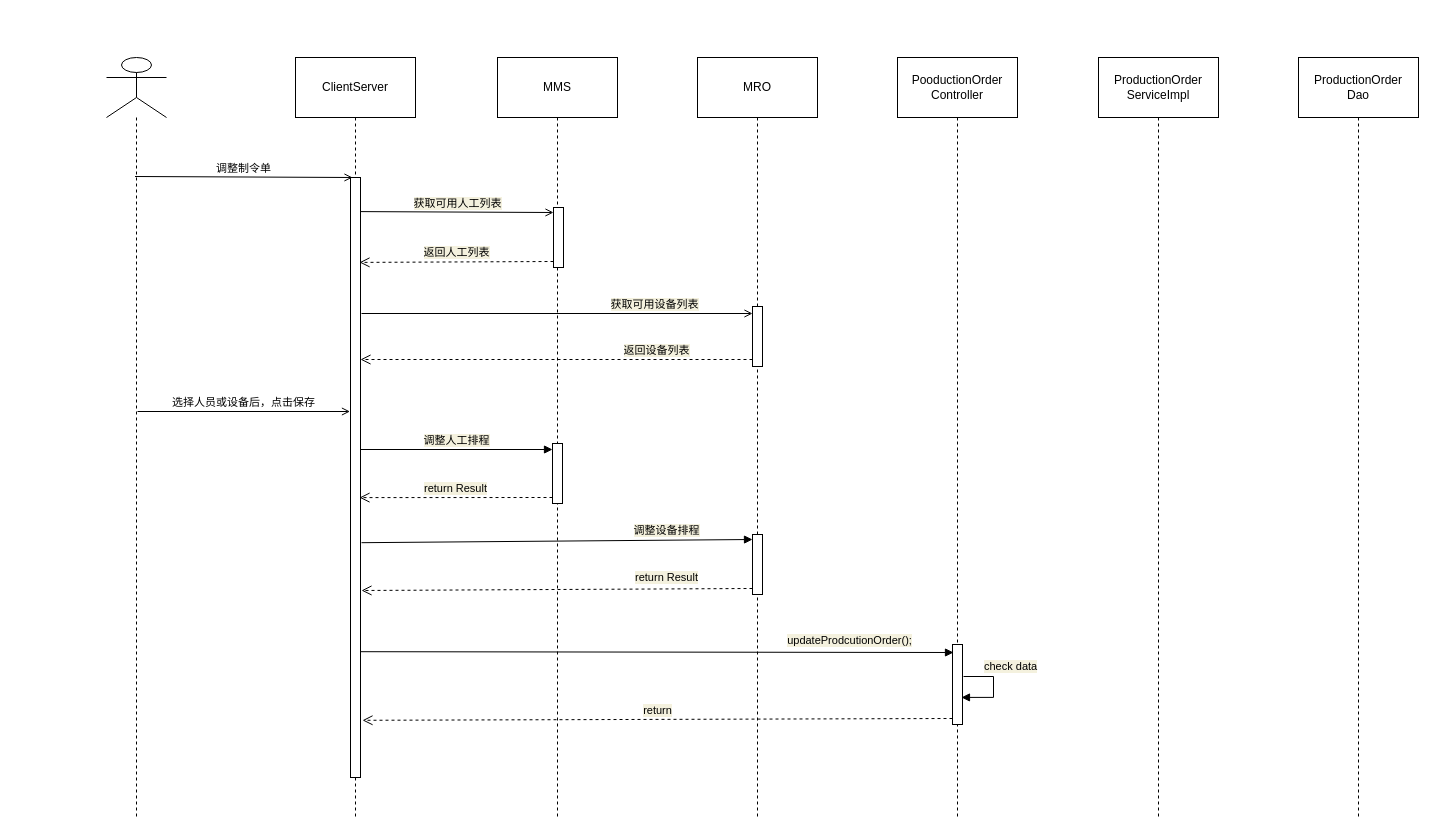
Earlier version of the draw.io diagram page "设备人员调整" (3 of 4) of 时序图.drawio (KNAI-I/test). Source tidied: cells renumbered, new cells numbered last; positions are measured from the earlier drawing's top-left corner, leaving out a move shared by most shapes. Both pictures are drawn from the tidied source at 100%, with x=0, y=0 at pixel (106, 57).
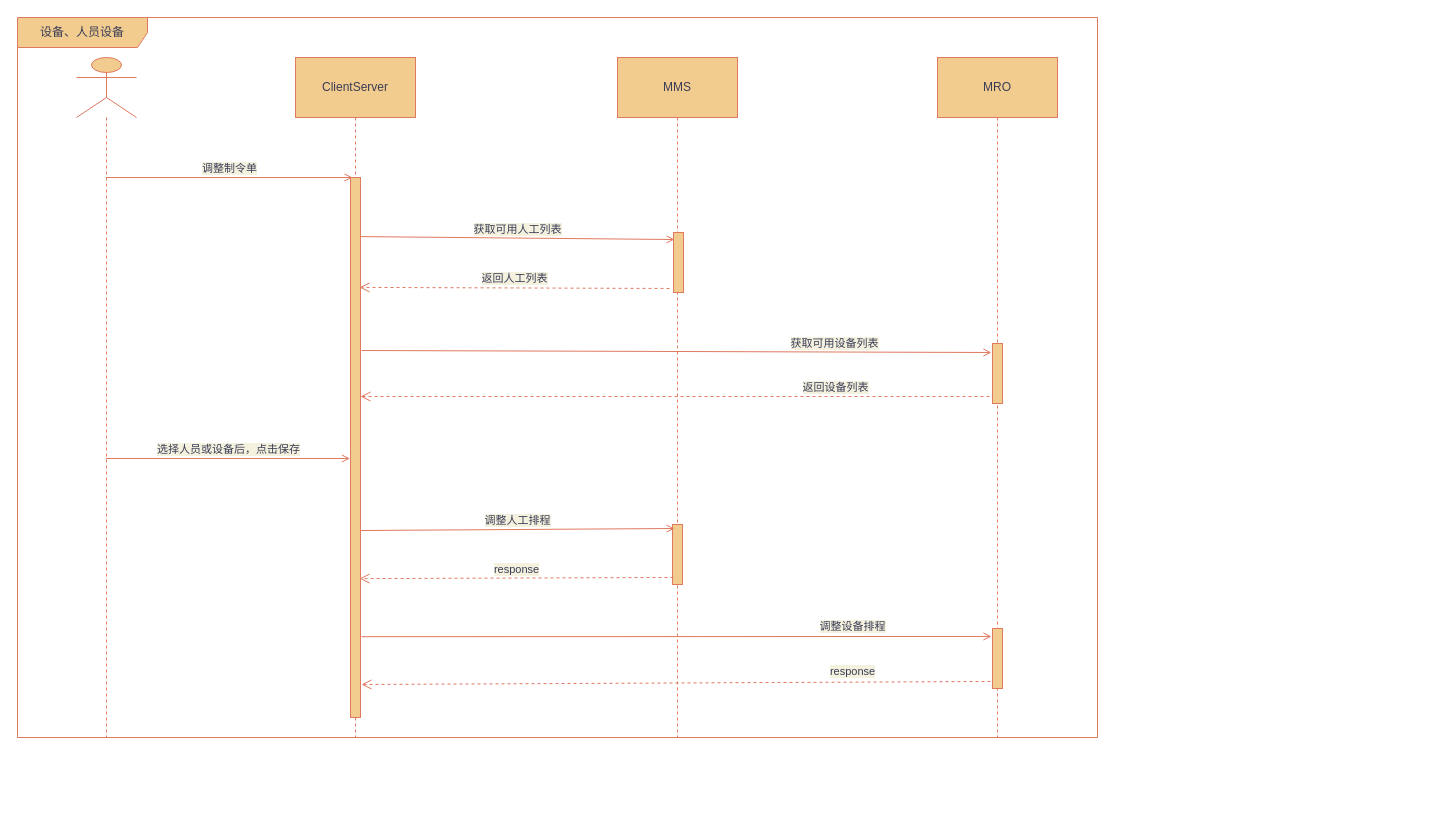
After the change.

Commit message (it also covers changes not shown here):
更新时序图.drawio

Change to the diagram source:
```diff
@@
-    <mxCell id="2" style="shape=umlLifeline;participant=umlActor;perimeter=lifelinePerimeter;whiteSpace=wrap;html=1;verticalAlign=top;spacingTop=36;outlineConnect=0;size=60;" parent="1" vertex="1">
-      <mxGeometry width="60" height="760" as="geometry" />
+    <mxCell id="2" style="shape=umlLifeline;participant=umlActor;perimeter=lifelinePerimeter;whiteSpace=wrap;html=1;verticalAlign=top;spacingTop=36;outlineConnect=0;size=60;fillColor=#F2CC8F;strokeColor=#E07A5F;fontColor=#393C56;" parent="1" vertex="1">
+      <mxGeometry x="-30" width="60" height="680" as="geometry" />
     </mxCell>
-    <mxCell id="3" value="ClientServer" style="shape=umlLifeline;perimeter=lifelinePerimeter;whiteSpace=wrap;html=1;size=60;" parent="1" vertex="1">
-      <mxGeometry x="189" width="120" height="760" as="geometry" />
+    <mxCell id="3" value="ClientServer" style="shape=umlLifeline;perimeter=lifelinePerimeter;whiteSpace=wrap;html=1;size=60;fillColor=#F2CC8F;strokeColor=#E07A5F;fontColor=#393C56;" parent="1" vertex="1">
+      <mxGeometry x="189" width="120" height="680" as="geometry" />
     </mxCell>
-    <mxCell id="4" style="html=1;perimeter=orthogonalPerimeter;" parent="3" vertex="1">
-      <mxGeometry x="55" y="120" width="10" height="600" as="geometry" />
+    <mxCell id="4" style="html=1;perimeter=orthogonalPerimeter;fillColor=#F2CC8F;strokeColor=#E07A5F;fontColor=#393C56;" parent="3" vertex="1">
+      <mxGeometry x="55" y="120" width="10" height="540" as="geometry" />
     </mxCell>
-    <mxCell id="5" value="ProductionOrder&lt;br&gt;ServiceImpl" style="shape=umlLifeline;perimeter=lifelinePerimeter;whiteSpace=wrap;html=1;size=60;" parent="1" vertex="1">
-      <mxGeometry x="992" width="120" height="760" as="geometry" />
-    </mxCell>
-    <mxCell id="6" value="PooductionOrder&lt;br&gt;Controller" style="shape=umlLifeline;perimeter=lifelinePerimeter;whiteSpace=wrap;html=1;outlineConnect=0;size=60;" parent="1" vertex="1">
-      <mxGeometry x="791" width="120" height="760" as="geometry" />
-    </mxCell>
-    <mxCell id="7" style="html=1;perimeter=orthogonalPerimeter;" parent="6" vertex="1">
-      <mxGeometry x="55" y="587" width="10" height="80" as="geometry" />
-    </mxCell>
-    <mxCell id="8" value="check data" style="edgeStyle=orthogonalEdgeStyle;html=1;align=left;spacingLeft=2;endArrow=block;rounded=0;entryX=0.533;entryY=0.842;labelBackgroundColor=#F4F1DE;entryDx=0;entryDy=0;entryPerimeter=0;" parent="6" edge="1" target="6">
-      <mxGeometry x="-0.59" y="10" relative="1" as="geometry">
-        <mxPoint x="66" y="619" as="sourcePoint" />
-        <Array as="points">
-          <mxPoint x="96" y="619" />
-          <mxPoint x="96" y="640" />
-        </Array>
-      </mxGeometry>
-    </mxCell>
-    <mxCell id="9" value="调整制令单" style="html=1;verticalAlign=bottom;endArrow=open;rounded=0;entryX=0.2;entryY=0.002;entryDx=0;entryDy=0;entryPerimeter=0;endFill=0;" parent="1" edge="1">
+    <mxCell id="9" value="调整制令单" style="html=1;verticalAlign=bottom;endArrow=open;rounded=0;entryX=0.2;entryY=0.002;entryDx=0;entryDy=0;entryPerimeter=0;endFill=0;labelBackgroundColor=#F4F1DE;strokeColor=#E07A5F;fontColor=#393C56;" parent="1" edge="1" source="2">
       <mxGeometry relative="1" as="geometry">
-        <mxPoint x="28.5" y="119" as="sourcePoint" />
         <mxPoint x="246" y="120" as="targetPoint" />
       </mxGeometry>
     </mxCell>
-    <mxCell id="10" value="ProductionOrder&lt;br&gt;Dao" style="shape=umlLifeline;perimeter=lifelinePerimeter;whiteSpace=wrap;html=1;size=60;" parent="1" vertex="1">
-      <mxGeometry x="1192" width="120" height="760" as="geometry" />
-    </mxCell>
-    <mxCell id="11" value="MMS" style="shape=umlLifeline;perimeter=lifelinePerimeter;whiteSpace=wrap;html=1;size=60;" parent="1" vertex="1">
-      <mxGeometry x="391" width="120" height="760" as="geometry" />
+    <mxCell id="11" value="MMS" style="shape=umlLifeline;perimeter=lifelinePerimeter;whiteSpace=wrap;html=1;size=60;fillColor=#F2CC8F;strokeColor=#E07A5F;fontColor=#393C56;" parent="1" vertex="1">
+      <mxGeometry x="511" width="120" height="680" as="geometry" />
     </mxCell>
-    <mxCell id="12" style="html=1;points=[];perimeter=orthogonalPerimeter;" parent="11" vertex="1">
-      <mxGeometry x="56" y="150" width="10" height="60" as="geometry" />
+    <mxCell id="12" style="html=1;points=[];perimeter=orthogonalPerimeter;fillColor=#F2CC8F;strokeColor=#E07A5F;fontColor=#393C56;" parent="11" vertex="1">
+      <mxGeometry x="56" y="175" width="10" height="60" as="geometry" />
     </mxCell>
-    <mxCell id="13" style="html=1;points=[];perimeter=orthogonalPerimeter;" parent="11" vertex="1">
-      <mxGeometry x="55" y="386" width="10" height="60" as="geometry" />
+    <mxCell id="13" style="html=1;points=[];perimeter=orthogonalPerimeter;fillColor=#F2CC8F;strokeColor=#E07A5F;fontColor=#393C56;" parent="11" vertex="1">
+      <mxGeometry x="55" y="467" width="10" height="60" as="geometry" />
     </mxCell>
-    <mxCell id="14" value="MRO" style="shape=umlLifeline;perimeter=lifelinePerimeter;whiteSpace=wrap;html=1;size=60;" parent="1" vertex="1">
-      <mxGeometry x="591" width="120" height="760" as="geometry" />
+    <mxCell id="14" value="MRO" style="shape=umlLifeline;perimeter=lifelinePerimeter;whiteSpace=wrap;html=1;size=60;fillColor=#F2CC8F;strokeColor=#E07A5F;fontColor=#393C56;" parent="1" vertex="1">
+      <mxGeometry x="831" width="120" height="680" as="geometry" />
     </mxCell>
-    <mxCell id="15" style="html=1;points=[];perimeter=orthogonalPerimeter;" parent="14" vertex="1">
-      <mxGeometry x="55" y="249" width="10" height="60" as="geometry" />
+    <mxCell id="15" style="html=1;points=[];perimeter=orthogonalPerimeter;fillColor=#F2CC8F;strokeColor=#E07A5F;fontColor=#393C56;" parent="14" vertex="1">
+      <mxGeometry x="55" y="286" width="10" height="60" as="geometry" />
     </mxCell>
-    <mxCell id="16" style="html=1;points=[];perimeter=orthogonalPerimeter;" parent="14" vertex="1">
-      <mxGeometry x="55" y="477" width="10" height="60" as="geometry" />
+    <mxCell id="16" style="html=1;points=[];perimeter=orthogonalPerimeter;fillColor=#F2CC8F;strokeColor=#E07A5F;fontColor=#393C56;" parent="14" vertex="1">
+      <mxGeometry x="55" y="571" width="10" height="60" as="geometry" />
     </mxCell>
-    <mxCell id="17" value="获取可用人工列表" style="html=1;verticalAlign=bottom;endArrow=open;entryX=0;entryY=0;rounded=0;labelBackgroundColor=#F4F1DE;exitX=1;exitY=0.056;exitDx=0;exitDy=0;exitPerimeter=0;endFill=0;" parent="1" edge="1">
+    <mxCell id="17" value="获取可用人工列表" style="html=1;verticalAlign=bottom;endArrow=open;entryX=0.1;entryY=0.117;rounded=0;labelBackgroundColor=#F4F1DE;exitX=1;exitY=0.056;exitDx=0;exitDy=0;exitPerimeter=0;endFill=0;entryDx=0;entryDy=0;entryPerimeter=0;strokeColor=#E07A5F;fontColor=#393C56;" parent="1" edge="1" target="12">
       <mxGeometry relative="1" as="geometry">
-        <mxPoint x="254" y="154.1" as="sourcePoint" />
-        <mxPoint x="447" y="155" as="targetPoint" />
+        <mxPoint x="254" y="179.1" as="sourcePoint" />
       </mxGeometry>
     </mxCell>
-    <mxCell id="18" value="返回人工列表" style="html=1;verticalAlign=bottom;endArrow=open;dashed=1;endSize=8;exitX=0;exitY=0.95;rounded=0;labelBackgroundColor=#F4F1DE;entryX=0.9;entryY=0.206;entryDx=0;entryDy=0;entryPerimeter=0;" parent="1" edge="1">
+    <mxCell id="18" value="返回人工列表" style="html=1;verticalAlign=bottom;endArrow=open;dashed=1;endSize=8;rounded=0;labelBackgroundColor=#F4F1DE;entryX=0.9;entryY=0.206;entryDx=0;entryDy=0;entryPerimeter=0;exitX=-0.4;exitY=0.933;exitDx=0;exitDy=0;exitPerimeter=0;strokeColor=#E07A5F;fontColor=#393C56;" parent="1" edge="1" source="12">
       <mxGeometry relative="1" as="geometry">
-        <mxPoint x="447" y="204" as="sourcePoint" />
-        <mxPoint x="253" y="204.9" as="targetPoint" />
+        <mxPoint x="253" y="229.9" as="targetPoint" />
       </mxGeometry>
     </mxCell>
-    <mxCell id="19" value="获取可用设备列表" style="html=1;verticalAlign=bottom;endArrow=open;entryX=0;entryY=0;rounded=0;labelBackgroundColor=#F4F1DE;endFill=0;" parent="1" edge="1">
+    <mxCell id="19" value="获取可用设备列表" style="html=1;verticalAlign=bottom;endArrow=open;entryX=-0.1;entryY=0.15;rounded=0;labelBackgroundColor=#F4F1DE;endFill=0;entryDx=0;entryDy=0;entryPerimeter=0;strokeColor=#E07A5F;fontColor=#393C56;" parent="1" edge="1" target="15">
       <mxGeometry x="0.5" relative="1" as="geometry">
-        <mxPoint x="255" y="256" as="sourcePoint" />
-        <mxPoint x="646" y="256" as="targetPoint" />
+        <mxPoint x="255" y="293" as="sourcePoint" />
       </mxGeometry>
     </mxCell>
-    <mxCell id="20" value="返回设备列表" style="html=1;verticalAlign=bottom;endArrow=open;dashed=1;endSize=8;exitX=0;exitY=0.95;rounded=0;labelBackgroundColor=#F4F1DE;entryX=1;entryY=0.395;entryDx=0;entryDy=0;entryPerimeter=0;" parent="1" edge="1">
+    <mxCell id="20" value="返回设备列表" style="html=1;verticalAlign=bottom;endArrow=open;dashed=1;endSize=8;exitX=-0.3;exitY=0.883;rounded=0;labelBackgroundColor=#F4F1DE;entryX=1;entryY=0.395;entryDx=0;entryDy=0;entryPerimeter=0;exitDx=0;exitDy=0;exitPerimeter=0;strokeColor=#E07A5F;fontColor=#393C56;" parent="1" edge="1" source="15">
       <mxGeometry x="-0.51" relative="1" as="geometry">
-        <mxPoint x="646" y="302" as="sourcePoint" />
-        <mxPoint x="254" y="302" as="targetPoint" />
+        <mxPoint x="254" y="339" as="targetPoint" />
       </mxGeometry>
     </mxCell>
-    <mxCell id="21" value="选择人员或设备后，点击保存" style="html=1;verticalAlign=bottom;endArrow=open;rounded=0;entryX=0.2;entryY=0.002;entryDx=0;entryDy=0;entryPerimeter=0;endFill=0;" parent="1" edge="1">
+    <mxCell id="21" value="选择人员或设备后，点击保存" style="html=1;verticalAlign=bottom;endArrow=open;rounded=0;entryX=0.2;entryY=0.002;entryDx=0;entryDy=0;entryPerimeter=0;endFill=0;labelBackgroundColor=#F4F1DE;strokeColor=#E07A5F;fontColor=#393C56;" parent="1" edge="1">
       <mxGeometry relative="1" as="geometry">
-        <mxPoint x="31" y="354" as="sourcePoint" />
-        <mxPoint x="243.5" y="354" as="targetPoint" />
+        <mxPoint x="-0.5" y="401" as="sourcePoint" />
+        <mxPoint x="243.5" y="401" as="targetPoint" />
       </mxGeometry>
     </mxCell>
-    <mxCell id="22" value="return Result" style="html=1;verticalAlign=bottom;endArrow=open;dashed=1;endSize=8;exitX=0;exitY=0.95;rounded=0;labelBackgroundColor=#F4F1DE;entryX=0.9;entryY=0.582;entryDx=0;entryDy=0;entryPerimeter=0;" parent="1" edge="1">
+    <mxCell id="22" value="response" style="html=1;verticalAlign=bottom;endArrow=open;dashed=1;endSize=8;exitX=0.1;exitY=0.883;rounded=0;labelBackgroundColor=#F4F1DE;entryX=0.9;entryY=0.582;entryDx=0;entryDy=0;entryPerimeter=0;exitDx=0;exitDy=0;exitPerimeter=0;strokeColor=#E07A5F;fontColor=#393C56;" parent="1" edge="1" source="13">
       <mxGeometry relative="1" as="geometry">
-        <mxPoint x="446" y="440" as="sourcePoint" />
-        <mxPoint x="253" y="440.1" as="targetPoint" />
+        <mxPoint x="253" y="521.1" as="targetPoint" />
       </mxGeometry>
     </mxCell>
-    <mxCell id="23" value="调整人工排程" style="html=1;verticalAlign=bottom;endArrow=block;entryX=0;entryY=0;rounded=0;labelBackgroundColor=#F4F1DE;" parent="1" edge="1">
+    <mxCell id="23" value="调整人工排程" style="html=1;verticalAlign=bottom;endArrow=open;rounded=0;labelBackgroundColor=#F4F1DE;endFill=0;entryX=0.2;entryY=0.067;entryDx=0;entryDy=0;entryPerimeter=0;strokeColor=#E07A5F;fontColor=#393C56;" parent="1" edge="1" target="13">
       <mxGeometry relative="1" as="geometry">
-        <mxPoint x="254" y="392" as="sourcePoint" />
-        <mxPoint x="446" y="392" as="targetPoint" />
+        <mxPoint x="254" y="473" as="sourcePoint" />
       </mxGeometry>
     </mxCell>
-    <mxCell id="24" value="调整设备排程" style="html=1;verticalAlign=bottom;endArrow=block;entryX=0;entryY=0;rounded=0;labelBackgroundColor=#F4F1DE;exitX=1.1;exitY=0.694;exitDx=0;exitDy=0;exitPerimeter=0;" parent="1" edge="1">
+    <mxCell id="24" value="调整设备排程" style="html=1;verticalAlign=bottom;endArrow=open;entryX=-0.1;entryY=0.133;rounded=0;labelBackgroundColor=#F4F1DE;exitX=1.1;exitY=0.694;exitDx=0;exitDy=0;exitPerimeter=0;endFill=0;entryDx=0;entryDy=0;entryPerimeter=0;strokeColor=#E07A5F;fontColor=#393C56;" parent="1" edge="1" target="16">
       <mxGeometry x="0.56" y="1" relative="1" as="geometry">
-        <mxPoint x="255" y="485.2" as="sourcePoint" />
-        <mxPoint x="646" y="482" as="targetPoint" />
+        <mxPoint x="255" y="579.2" as="sourcePoint" />
       </mxGeometry>
     </mxCell>
-    <mxCell id="25" value="return Result" style="html=1;verticalAlign=bottom;endArrow=open;dashed=1;endSize=8;exitX=0;exitY=0.95;rounded=0;labelBackgroundColor=#F4F1DE;" parent="1" edge="1">
+    <mxCell id="25" value="response" style="html=1;verticalAlign=bottom;endArrow=open;dashed=1;endSize=8;exitX=-0.2;exitY=0.883;rounded=0;labelBackgroundColor=#F4F1DE;exitDx=0;exitDy=0;exitPerimeter=0;strokeColor=#E07A5F;fontColor=#393C56;" parent="1" edge="1" source="16">
       <mxGeometry x="-0.56" y="-2" relative="1" as="geometry">
-        <mxPoint x="646" y="531" as="sourcePoint" />
-        <mxPoint x="255" y="533" as="targetPoint" />
+        <mxPoint x="255" y="627" as="targetPoint" />
       </mxGeometry>
     </mxCell>
-    <mxCell id="26" value="updateProdcutionOrder();" style="html=1;verticalAlign=bottom;endArrow=block;entryX=0;entryY=0;rounded=0;labelBackgroundColor=#F4F1DE;exitX=0.9;exitY=0.777;exitDx=0;exitDy=0;exitPerimeter=0;" parent="1" edge="1">
-      <mxGeometry x="0.65" y="3" relative="1" as="geometry">
-        <mxPoint x="254" y="594.2" as="sourcePoint" />
-        <mxPoint x="847" y="595" as="targetPoint" />
-      </mxGeometry>
-    </mxCell>
-    <mxCell id="27" value="return" style="html=1;verticalAlign=bottom;endArrow=open;dashed=1;endSize=8;exitX=0;exitY=0.95;rounded=0;labelBackgroundColor=#F4F1DE;entryX=1.2;entryY=0.908;entryDx=0;entryDy=0;entryPerimeter=0;" parent="1" edge="1">
-      <mxGeometry relative="1" as="geometry">
-        <mxPoint x="846" y="661" as="sourcePoint" />
-        <mxPoint x="256" y="662.8" as="targetPoint" />
-      </mxGeometry>
-    </mxCell>
+    <mxCell id="28" value="设备、人员设备" style="shape=umlFrame;whiteSpace=wrap;html=1;width=130;height=30;fillColor=#F2CC8F;strokeColor=#E07A5F;fontColor=#393C56;" parent="1" vertex="1">
+      <mxGeometry x="-89" y="-40" width="1080" height="720" as="geometry" />
+    </mxCell>
```
